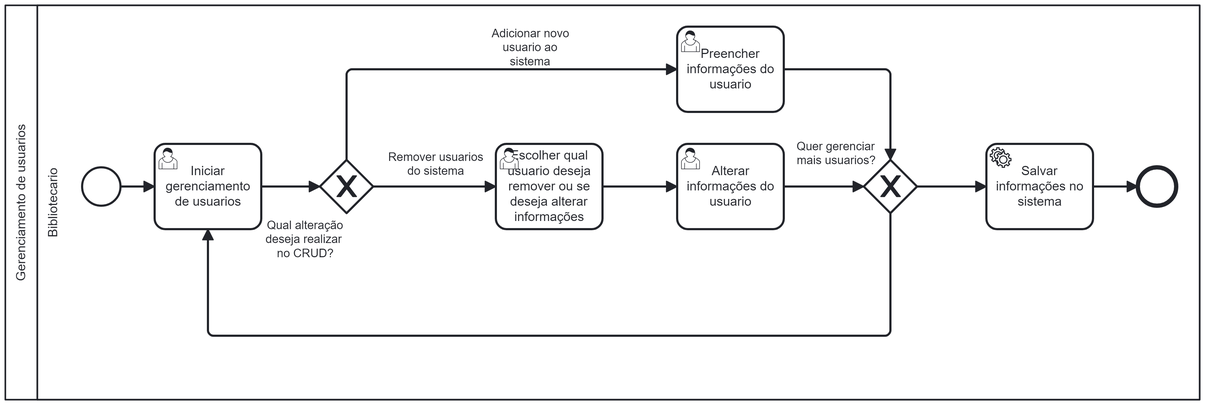
Earlier version of the BPMN export docs/images/processoGU.png (arthurcuri/webook-tis2). Its source is kept beside it as docs/images/processoGU.bpmn. Ids are renumbered.
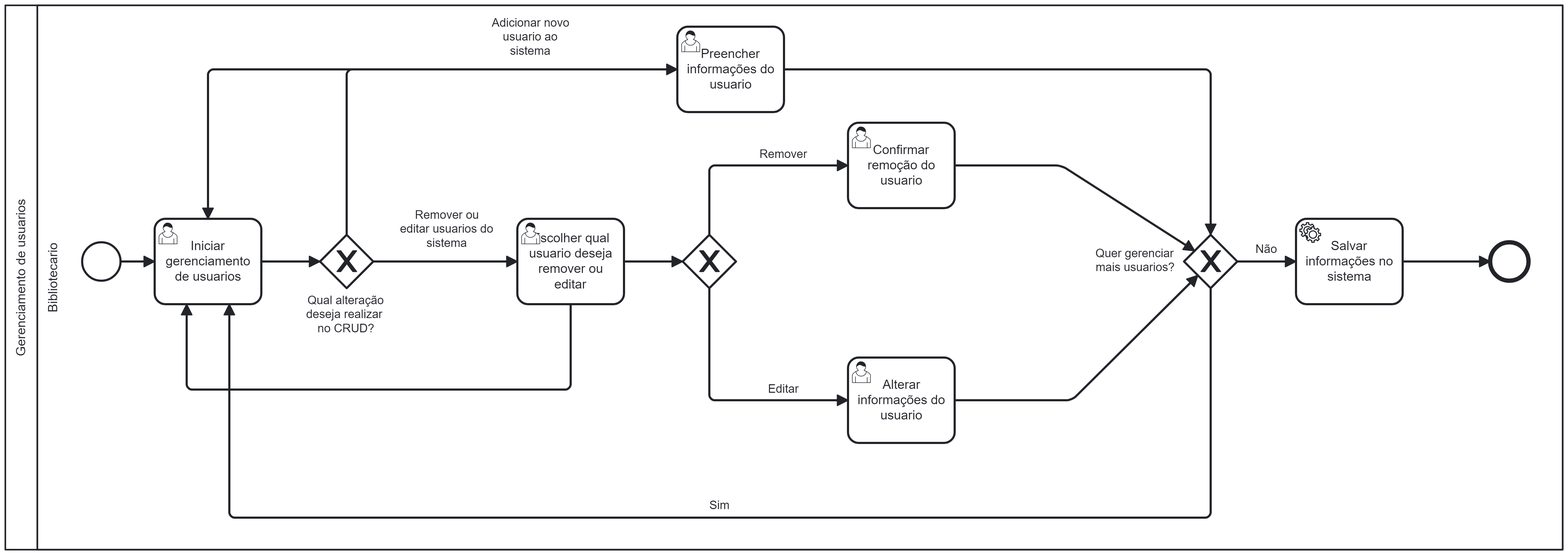
Later version of the same file.

What changed in the source:
```diff
@@ -1,167 +1,234 @@
 <bpmn:definitions xmlns:bpmn="http://www.omg.org/spec/BPMN/20100524/MODEL" xmlns:bpmndi="http://www.omg.org/spec/BPMN/20100524/DI" xmlns:dc="http://www.omg.org/spec/DD/20100524/DC" xmlns:di="http://www.omg.org/spec/DD/20100524/DI" xmlns:modeler="http://camunda.org/schema/modeler/1.0" id="Definitions_n1" targetNamespace="http://bpmn.io/schema/bpmn" exporter="Camunda Modeler" exporterVersion="5.22.0" modeler:executionPlatform="Camunda Cloud" modeler:executionPlatformVersion="8.4.0">
-  <bpmn:collaboration id="Collaboration_n2">
-    <bpmn:participant id="Participant_n3" name="Gerenciamento de usuarios" processRef="Process_n4" />
+  <bpmn:collaboration id="Collaboration_n47">
+    <bpmn:participant id="Participant_n48" name="Gerenciamento de usuarios" processRef="Process_n49" />
   </bpmn:collaboration>
-  <bpmn:process id="Process_n4" isExecutable="true">
-    <bpmn:laneSet id="LaneSet_n5">
-      <bpmn:lane id="Lane_n6" name="Bibliotecario">
-        <bpmn:flowNodeRef>Event_n7</bpmn:flowNodeRef>
-        <bpmn:flowNodeRef>Gateway_n8</bpmn:flowNodeRef>
-        <bpmn:flowNodeRef>Event_n9</bpmn:flowNodeRef>
-        <bpmn:flowNodeRef>Activity_n10</bpmn:flowNodeRef>
-        <bpmn:flowNodeRef>Activity_n11</bpmn:flowNodeRef>
-        <bpmn:flowNodeRef>Activity_n12</bpmn:flowNodeRef>
-        <bpmn:flowNodeRef>Activity_n13</bpmn:flowNodeRef>
-        <bpmn:flowNodeRef>Gateway_n14</bpmn:flowNodeRef>
-        <bpmn:flowNodeRef>Activity_n15</bpmn:flowNodeRef>
+  <bpmn:process id="Process_n49" isExecutable="true">
+    <bpmn:laneSet id="LaneSet_n50">
+      <bpmn:lane id="Lane_n51" name="Bibliotecario">
+        <bpmn:flowNodeRef>Activity_n52</bpmn:flowNodeRef>
+        <bpmn:flowNodeRef>Activity_n53</bpmn:flowNodeRef>
+        <bpmn:flowNodeRef>StartEvent_1</bpmn:flowNodeRef>
+        <bpmn:flowNodeRef>Gateway_n54</bpmn:flowNodeRef>
+        <bpmn:flowNodeRef>Activity_n55</bpmn:flowNodeRef>
+        <bpmn:flowNodeRef>Gateway_n56</bpmn:flowNodeRef>
+        <bpmn:flowNodeRef>Activity_n57</bpmn:flowNodeRef>
+        <bpmn:flowNodeRef>Event_n58</bpmn:flowNodeRef>
+        <bpmn:flowNodeRef>Gateway_n59</bpmn:flowNodeRef>
+        <bpmn:flowNodeRef>Activity_n60</bpmn:flowNodeRef>
+        <bpmn:flowNodeRef>Activity_n61</bpmn:flowNodeRef>
       </bpmn:lane>
     </bpmn:laneSet>
-    <bpmn:startEvent id="Event_n7">
-      <bpmn:outgoing>Flow_n16</bpmn:outgoing>
+    <bpmn:userTask id="Activity_n52" name="Preencher informações do usuario">
+      <bpmn:incoming>Flow_n62</bpmn:incoming>
+      <bpmn:outgoing>Flow_n63</bpmn:outgoing>
+      <bpmn:outgoing>Flow_n64</bpmn:outgoing>
+    </bpmn:userTask>
+    <bpmn:userTask id="Activity_n53" name="Iniciar gerenciamento de usuarios">
+      <bpmn:incoming>Flow_n64</bpmn:incoming>
+      <bpmn:incoming>Flow_n65</bpmn:incoming>
+      <bpmn:incoming>Flow_n66</bpmn:incoming>
+      <bpmn:incoming>Flow_n67</bpmn:incoming>
+      <bpmn:outgoing>Flow_n68</bpmn:outgoing>
+    </bpmn:userTask>
+    <bpmn:startEvent id="StartEvent_1">
+      <bpmn:outgoing>Flow_n65</bpmn:outgoing>
     </bpmn:startEvent>
-    <bpmn:exclusiveGateway id="Gateway_n8" name="Qual alteração deseja realizar   no CRUD?">
-      <bpmn:incoming>Flow_n17</bpmn:incoming>
-      <bpmn:outgoing>Flow_n18</bpmn:outgoing>
-      <bpmn:outgoing>Flow_n19</bpmn:outgoing>
+    <bpmn:exclusiveGateway id="Gateway_n54" name="Qual alteração deseja realizar   no CRUD?">
+      <bpmn:incoming>Flow_n68</bpmn:incoming>
+      <bpmn:outgoing>Flow_n62</bpmn:outgoing>
+      <bpmn:outgoing>Flow_n69</bpmn:outgoing>
     </bpmn:exclusiveGateway>
-    <bpmn:endEvent id="Event_n9">
-      <bpmn:incoming>Flow_n20</bpmn:incoming>
+    <bpmn:userTask id="Activity_n55" name="Escolher qual usuario deseja remover ou editar">
+      <bpmn:incoming>Flow_n69</bpmn:incoming>
+      <bpmn:outgoing>Flow_n67</bpmn:outgoing>
+      <bpmn:outgoing>Flow_n70</bpmn:outgoing>
+    </bpmn:userTask>
+    <bpmn:exclusiveGateway id="Gateway_n56">
+      <bpmn:incoming>Flow_n70</bpmn:incoming>
+      <bpmn:outgoing>Flow_n71</bpmn:outgoing>
+      <bpmn:outgoing>Flow_n72</bpmn:outgoing>
+    </bpmn:exclusiveGateway>
+    <bpmn:serviceTask id="Activity_n57" name="Salvar informações no sistema">
+      <bpmn:incoming>Flow_n73</bpmn:incoming>
+      <bpmn:outgoing>Flow_n74</bpmn:outgoing>
+    </bpmn:serviceTask>
+    <bpmn:endEvent id="Event_n58">
+      <bpmn:incoming>Flow_n74</bpmn:incoming>
     </bpmn:endEvent>
-    <bpmn:userTask id="Activity_n10" name="Iniciar gerenciamento de usuarios">
-      <bpmn:incoming>Flow_n16</bpmn:incoming>
-      <bpmn:incoming>Flow_n21</bpmn:incoming>
-      <bpmn:outgoing>Flow_n17</bpmn:outgoing>
+    <bpmn:exclusiveGateway id="Gateway_n59" name="Quer gerenciar mais usuarios?">
+      <bpmn:incoming>Flow_n63</bpmn:incoming>
+      <bpmn:incoming>Flow_n75</bpmn:incoming>
+      <bpmn:incoming>Flow_n76</bpmn:incoming>
+      <bpmn:outgoing>Flow_n66</bpmn:outgoing>
+      <bpmn:outgoing>Flow_n73</bpmn:outgoing>
+    </bpmn:exclusiveGateway>
+    <bpmn:userTask id="Activity_n60" name="Confirmar remoção do usuario">
+      <bpmn:incoming>Flow_n71</bpmn:incoming>
+      <bpmn:outgoing>Flow_n75</bpmn:outgoing>
     </bpmn:userTask>
-    <bpmn:userTask id="Activity_n11" name="Escolher qual usuario deseja remover ou se deseja alterar informações">
-      <bpmn:incoming>Flow_n19</bpmn:incoming>
-      <bpmn:outgoing>Flow_n22</bpmn:outgoing>
+    <bpmn:userTask id="Activity_n61" name="Alterar informações do usuario">
+      <bpmn:incoming>Flow_n72</bpmn:incoming>
+      <bpmn:outgoing>Flow_n76</bpmn:outgoing>
     </bpmn:userTask>
-    <bpmn:userTask id="Activity_n12" name="Alterar informações do usuario">
-      <bpmn:incoming>Flow_n22</bpmn:incoming>
-      <bpmn:outgoing>Flow_n23</bpmn:outgoing>
-    </bpmn:userTask>
-    <bpmn:serviceTask id="Activity_n13" name="Salvar informações no sistema">
-      <bpmn:incoming>Flow_n24</bpmn:incoming>
-      <bpmn:outgoing>Flow_n20</bpmn:outgoing>
-    </bpmn:serviceTask>
-    <bpmn:exclusiveGateway id="Gateway_n14" name="Quer gerenciar mais usuarios?">
-      <bpmn:incoming>Flow_n23</bpmn:incoming>
-      <bpmn:incoming>Flow_n25</bpmn:incoming>
-      <bpmn:outgoing>Flow_n21</bpmn:outgoing>
-      <bpmn:outgoing>Flow_n24</bpmn:outgoing>
-    </bpmn:exclusiveGateway>
-    <bpmn:userTask id="Activity_n15" name="Preencher informações do usuario">
-      <bpmn:incoming>Flow_n18</bpmn:incoming>
-      <bpmn:outgoing>Flow_n25</bpmn:outgoing>
-    </bpmn:userTask>
-    <bpmn:sequenceFlow id="Flow_n16" sourceRef="Event_n7" targetRef="Activity_n10" />
-    <bpmn:sequenceFlow id="Flow_n17" sourceRef="Activity_n10" targetRef="Gateway_n8" />
-    <bpmn:sequenceFlow id="Flow_n18" name="Adicionar novo usuario ao sistema" sourceRef="Gateway_n8" targetRef="Activity_n15" />
-    <bpmn:sequenceFlow id="Flow_n19" name="Remover usuarios do sistema" sourceRef="Gateway_n8" targetRef="Activity_n11" />
-    <bpmn:sequenceFlow id="Flow_n20" sourceRef="Activity_n13" targetRef="Event_n9" />
-    <bpmn:sequenceFlow id="Flow_n21" sourceRef="Gateway_n14" targetRef="Activity_n10" />
-    <bpmn:sequenceFlow id="Flow_n22" sourceRef="Activity_n11" targetRef="Activity_n12" />
-    <bpmn:sequenceFlow id="Flow_n23" sourceRef="Activity_n12" targetRef="Gateway_n14" />
-    <bpmn:sequenceFlow id="Flow_n24" sourceRef="Gateway_n14" targetRef="Activity_n13" />
-    <bpmn:sequenceFlow id="Flow_n25" sourceRef="Activity_n15" targetRef="Gateway_n14" />
+    <bpmn:sequenceFlow id="Flow_n62" name="Adicionar novo usuario ao sistema" sourceRef="Gateway_n54" targetRef="Activity_n52" />
+    <bpmn:sequenceFlow id="Flow_n63" sourceRef="Activity_n52" targetRef="Gateway_n59" />
+    <bpmn:sequenceFlow id="Flow_n64" name="" sourceRef="Activity_n52" targetRef="Activity_n53" />
+    <bpmn:sequenceFlow id="Flow_n65" sourceRef="StartEvent_1" targetRef="Activity_n53" />
+    <bpmn:sequenceFlow id="Flow_n66" name="Sim" sourceRef="Gateway_n59" targetRef="Activity_n53" />
+    <bpmn:sequenceFlow id="Flow_n67" sourceRef="Activity_n55" targetRef="Activity_n53" />
+    <bpmn:sequenceFlow id="Flow_n68" sourceRef="Activity_n53" targetRef="Gateway_n54" />
+    <bpmn:sequenceFlow id="Flow_n69" name="Remover ou editar usuarios do sistema" sourceRef="Gateway_n54" targetRef="Activity_n55" />
+    <bpmn:sequenceFlow id="Flow_n70" sourceRef="Activity_n55" targetRef="Gateway_n56" />
+    <bpmn:sequenceFlow id="Flow_n71" name="Remover" sourceRef="Gateway_n56" targetRef="Activity_n60" />
+    <bpmn:sequenceFlow id="Flow_n72" name="Editar" sourceRef="Gateway_n56" targetRef="Activity_n61" />
+    <bpmn:sequenceFlow id="Flow_n73" name="Não" sourceRef="Gateway_n59" targetRef="Activity_n57" />
+    <bpmn:sequenceFlow id="Flow_n74" sourceRef="Activity_n57" targetRef="Event_n58" />
+    <bpmn:sequenceFlow id="Flow_n75" sourceRef="Activity_n60" targetRef="Gateway_n59" />
+    <bpmn:sequenceFlow id="Flow_n76" sourceRef="Activity_n61" targetRef="Gateway_n59" />
   </bpmn:process>
   <bpmndi:BPMNDiagram id="BPMNDiagram_1">
-    <bpmndi:BPMNPlane id="BPMNPlane_1" bpmnElement="Collaboration_n2">
-      <bpmndi:BPMNShape id="BPMNShape_n26" bpmnElement="Participant_n3" isHorizontal="true">
-        <dc:Bounds x="160" y="80" width="1120" height="370" />
+    <bpmndi:BPMNPlane id="BPMNPlane_1" bpmnElement="Collaboration_n47">
+      <bpmndi:BPMNShape id="Participant_n48_di" bpmnElement="Participant_n48" isHorizontal="true">
+        <dc:Bounds x="160" y="80" width="1460" height="510" />
         <bpmndi:BPMNLabel />
       </bpmndi:BPMNShape>
-      <bpmndi:BPMNShape id="BPMNShape_n27" bpmnElement="Lane_n6" isHorizontal="true">
-        <dc:Bounds x="190" y="80" width="1090" height="370" />
+      <bpmndi:BPMNShape id="Lane_n51_di" bpmnElement="Lane_n51" isHorizontal="true">
+        <dc:Bounds x="190" y="80" width="1430" height="510" />
         <bpmndi:BPMNLabel />
       </bpmndi:BPMNShape>
-      <bpmndi:BPMNShape id="BPMNShape_n28" bpmnElement="Event_n7">
-        <dc:Bounds x="232" y="232" width="36" height="36" />
-      </bpmndi:BPMNShape>
-      <bpmndi:BPMNShape id="BPMNShape_n29" bpmnElement="Gateway_n8" isMarkerVisible="true">
-        <dc:Bounds x="455" y="225" width="50" height="50" />
-        <bpmndi:BPMNLabel>
-          <dc:Bounds x="404" y="280" width="75" height="40" />
-        </bpmndi:BPMNLabel>
-      </bpmndi:BPMNShape>
-      <bpmndi:BPMNShape id="BPMNShape_n30" bpmnElement="Event_n9">
-        <dc:Bounds x="1222" y="232" width="36" height="36" />
-      </bpmndi:BPMNShape>
-      <bpmndi:BPMNShape id="BPMNShape_n31" bpmnElement="Activity_n10">
-        <dc:Bounds x="300" y="210" width="100" height="80" />
-        <bpmndi:BPMNLabel />
-      </bpmndi:BPMNShape>
-      <bpmndi:BPMNShape id="BPMNShape_n32" bpmnElement="Activity_n11">
-        <dc:Bounds x="620" y="210" width="100" height="80" />
-        <bpmndi:BPMNLabel />
-      </bpmndi:BPMNShape>
-      <bpmndi:BPMNShape id="BPMNShape_n33" bpmnElement="Activity_n12">
-        <dc:Bounds x="790" y="210" width="100" height="80" />
-        <bpmndi:BPMNLabel />
-      </bpmndi:BPMNShape>
-      <bpmndi:BPMNShape id="BPMNShape_n34" bpmnElement="Activity_n13">
-        <dc:Bounds x="1080" y="210" width="100" height="80" />
-        <bpmndi:BPMNLabel />
-      </bpmndi:BPMNShape>
-      <bpmndi:BPMNShape id="BPMNShape_n35" bpmnElement="Gateway_n14" isMarkerVisible="true">
-        <dc:Bounds x="965" y="225" width="50" height="50" />
-        <bpmndi:BPMNLabel>
-          <dc:Bounds x="902" y="206" width="75" height="27" />
-        </bpmndi:BPMNLabel>
-      </bpmndi:BPMNShape>
-      <bpmndi:BPMNShape id="BPMNShape_n36" bpmnElement="Activity_n15">
+      <bpmndi:BPMNShape id="Activity_1acflxl_di" bpmnElement="Activity_n52">
         <dc:Bounds x="790" y="100" width="100" height="80" />
         <bpmndi:BPMNLabel />
       </bpmndi:BPMNShape>
-      <bpmndi:BPMNEdge id="BPMNEdge_n37" bpmnElement="Flow_n16">
-        <di:waypoint x="268" y="250" />
-        <di:waypoint x="300" y="250" />
-      </bpmndi:BPMNEdge>
-      <bpmndi:BPMNEdge id="BPMNEdge_n38" bpmnElement="Flow_n17">
-        <di:waypoint x="400" y="250" />
-        <di:waypoint x="455" y="250" />
-      </bpmndi:BPMNEdge>
-      <bpmndi:BPMNEdge id="BPMNEdge_n39" bpmnElement="Flow_n18">
-        <di:waypoint x="480" y="225" />
+      <bpmndi:BPMNShape id="Activity_0z62mww_di" bpmnElement="Activity_n53">
+        <dc:Bounds x="300" y="280" width="100" height="80" />
+        <bpmndi:BPMNLabel />
+      </bpmndi:BPMNShape>
+      <bpmndi:BPMNShape id="BPMNShape_n77" bpmnElement="StartEvent_1">
+        <dc:Bounds x="232" y="302" width="36" height="36" />
+      </bpmndi:BPMNShape>
+      <bpmndi:BPMNShape id="Gateway_n54_di" bpmnElement="Gateway_n54" isMarkerVisible="true">
+        <dc:Bounds x="455" y="295" width="50" height="50" />
+        <bpmndi:BPMNLabel>
+          <dc:Bounds x="442" y="350" width="75" height="40" />
+        </bpmndi:BPMNLabel>
+      </bpmndi:BPMNShape>
+      <bpmndi:BPMNShape id="Activity_1feagmi_di" bpmnElement="Activity_n55">
+        <dc:Bounds x="640" y="280" width="100" height="80" />
+        <bpmndi:BPMNLabel />
+      </bpmndi:BPMNShape>
+      <bpmndi:BPMNShape id="Gateway_n56_di" bpmnElement="Gateway_n56" isMarkerVisible="true">
+        <dc:Bounds x="795" y="295" width="50" height="50" />
+      </bpmndi:BPMNShape>
+      <bpmndi:BPMNShape id="BPMNShape_n78" bpmnElement="Activity_n57">
+        <dc:Bounds x="1370" y="280" width="100" height="80" />
+        <bpmndi:BPMNLabel />
+      </bpmndi:BPMNShape>
+      <bpmndi:BPMNShape id="BPMNShape_n79" bpmnElement="Event_n58">
+        <dc:Bounds x="1552" y="302" width="36" height="36" />
+      </bpmndi:BPMNShape>
+      <bpmndi:BPMNShape id="Gateway_n59_di" bpmnElement="Gateway_n59" isMarkerVisible="true">
+        <dc:Bounds x="1265" y="295" width="50" height="50" />
+        <bpmndi:BPMNLabel>
+          <dc:Bounds x="1182" y="306" width="75" height="27" />
+        </bpmndi:BPMNLabel>
+      </bpmndi:BPMNShape>
+      <bpmndi:BPMNShape id="Activity_1uo338i_di" bpmnElement="Activity_n60">
+        <dc:Bounds x="950" y="190" width="100" height="80" />
+        <bpmndi:BPMNLabel />
+      </bpmndi:BPMNShape>
+      <bpmndi:BPMNShape id="Activity_0bohf9l_di" bpmnElement="Activity_n61">
+        <dc:Bounds x="950" y="410" width="100" height="80" />
+        <bpmndi:BPMNLabel />
+      </bpmndi:BPMNShape>
+      <bpmndi:BPMNEdge id="Flow_n62_di" bpmnElement="Flow_n62">
+        <di:waypoint x="480" y="295" />
         <di:waypoint x="480" y="140" />
         <di:waypoint x="790" y="140" />
         <bpmndi:BPMNLabel>
-          <dc:Bounds x="616" y="100" width="73" height="40" />
+          <dc:Bounds x="616" y="90" width="73" height="40" />
         </bpmndi:BPMNLabel>
       </bpmndi:BPMNEdge>
-      <bpmndi:BPMNEdge id="BPMNEdge_n40" bpmnElement="Flow_n19">
-        <di:waypoint x="505" y="250" />
-        <di:waypoint x="620" y="250" />
+      <bpmndi:BPMNEdge id="Flow_n63_di" bpmnElement="Flow_n63">
+        <di:waypoint x="890" y="140" />
+        <di:waypoint x="1290" y="140" />
+        <di:waypoint x="1290" y="295" />
+      </bpmndi:BPMNEdge>
+      <bpmndi:BPMNEdge id="Flow_n64_di" bpmnElement="Flow_n64">
+        <di:waypoint x="790" y="140" />
+        <di:waypoint x="350" y="140" />
+        <di:waypoint x="350" y="280" />
+      </bpmndi:BPMNEdge>
+      <bpmndi:BPMNEdge id="Flow_n65_di" bpmnElement="Flow_n65">
+        <di:waypoint x="268" y="320" />
+        <di:waypoint x="300" y="320" />
+      </bpmndi:BPMNEdge>
+      <bpmndi:BPMNEdge id="Flow_n66_di" bpmnElement="Flow_n66">
+        <di:waypoint x="1290" y="345" />
+        <di:waypoint x="1290" y="560" />
+        <di:waypoint x="370" y="560" />
+        <di:waypoint x="370" y="360" />
         <bpmndi:BPMNLabel>
-          <dc:Bounds x="519" y="216" width="90" height="27" />
+          <dc:Bounds x="820" y="542" width="20" height="14" />
         </bpmndi:BPMNLabel>
       </bpmndi:BPMNEdge>
-      <bpmndi:BPMNEdge id="BPMNEdge_n41" bpmnElement="Flow_n20">
-        <di:waypoint x="1180" y="250" />
-        <di:waypoint x="1222" y="250" />
+      <bpmndi:BPMNEdge id="Flow_n67_di" bpmnElement="Flow_n67">
+        <di:waypoint x="690" y="360" />
+        <di:waypoint x="690" y="440" />
+        <di:waypoint x="330" y="440" />
+        <di:waypoint x="330" y="360" />
       </bpmndi:BPMNEdge>
-      <bpmndi:BPMNEdge id="BPMNEdge_n42" bpmnElement="Flow_n21">
-        <di:waypoint x="990" y="275" />
-        <di:waypoint x="990" y="390" />
-        <di:waypoint x="350" y="390" />
-        <di:waypoint x="350" y="290" />
+      <bpmndi:BPMNEdge id="Flow_n68_di" bpmnElement="Flow_n68">
+        <di:waypoint x="400" y="320" />
+        <di:waypoint x="455" y="320" />
       </bpmndi:BPMNEdge>
-      <bpmndi:BPMNEdge id="BPMNEdge_n43" bpmnElement="Flow_n22">
-        <di:waypoint x="720" y="250" />
-        <di:waypoint x="790" y="250" />
+      <bpmndi:BPMNEdge id="Flow_n69_di" bpmnElement="Flow_n69">
+        <di:waypoint x="505" y="320" />
+        <di:waypoint x="640" y="320" />
+        <bpmndi:BPMNLabel>
+          <dc:Bounds x="530" y="270" width="88" height="40" />
+        </bpmndi:BPMNLabel>
       </bpmndi:BPMNEdge>
-      <bpmndi:BPMNEdge id="BPMNEdge_n44" bpmnElement="Flow_n23">
-        <di:waypoint x="890" y="250" />
-        <di:waypoint x="965" y="250" />
+      <bpmndi:BPMNEdge id="Flow_n70_di" bpmnElement="Flow_n70">
+        <di:waypoint x="740" y="320" />
+        <di:waypoint x="795" y="320" />
       </bpmndi:BPMNEdge>
-      <bpmndi:BPMNEdge id="BPMNEdge_n45" bpmnElement="Flow_n24">
-        <di:waypoint x="1015" y="250" />
-        <di:waypoint x="1080" y="250" />
+      <bpmndi:BPMNEdge id="Flow_n71_di" bpmnElement="Flow_n71">
+        <di:waypoint x="820" y="295" />
+        <di:waypoint x="820" y="230" />
+        <di:waypoint x="950" y="230" />
+        <bpmndi:BPMNLabel>
+          <dc:Bounds x="867" y="213" width="46" height="14" />
+        </bpmndi:BPMNLabel>
       </bpmndi:BPMNEdge>
-      <bpmndi:BPMNEdge id="BPMNEdge_n46" bpmnElement="Flow_n25">
-        <di:waypoint x="890" y="140" />
-        <di:waypoint x="990" y="140" />
-        <di:waypoint x="990" y="225" />
+      <bpmndi:BPMNEdge id="Flow_n72_di" bpmnElement="Flow_n72">
+        <di:waypoint x="820" y="345" />
+        <di:waypoint x="820" y="450" />
+        <di:waypoint x="950" y="450" />
+        <bpmndi:BPMNLabel>
+          <dc:Bounds x="875" y="433" width="30" height="14" />
+        </bpmndi:BPMNLabel>
+      </bpmndi:BPMNEdge>
+      <bpmndi:BPMNEdge id="Flow_n73_di" bpmnElement="Flow_n73">
+        <di:waypoint x="1315" y="320" />
+        <di:waypoint x="1370" y="320" />
+        <bpmndi:BPMNLabel>
+          <dc:Bounds x="1332" y="302" width="21" height="14" />
+        </bpmndi:BPMNLabel>
+      </bpmndi:BPMNEdge>
+      <bpmndi:BPMNEdge id="Flow_n74_di" bpmnElement="Flow_n74">
+        <di:waypoint x="1470" y="320" />
+        <di:waypoint x="1552" y="320" />
+      </bpmndi:BPMNEdge>
+      <bpmndi:BPMNEdge id="Flow_n75_di" bpmnElement="Flow_n75">
+        <di:waypoint x="1050" y="230" />
+        <di:waypoint x="1150" y="230" />
+        <di:waypoint x="1275" y="310" />
+      </bpmndi:BPMNEdge>
+      <bpmndi:BPMNEdge id="Flow_n76_di" bpmnElement="Flow_n76">
+        <di:waypoint x="1050" y="450" />
+        <di:waypoint x="1160" y="450" />
+        <di:waypoint x="1278" y="333" />
       </bpmndi:BPMNEdge>
     </bpmndi:BPMNPlane>
   </bpmndi:BPMNDiagram>
```
